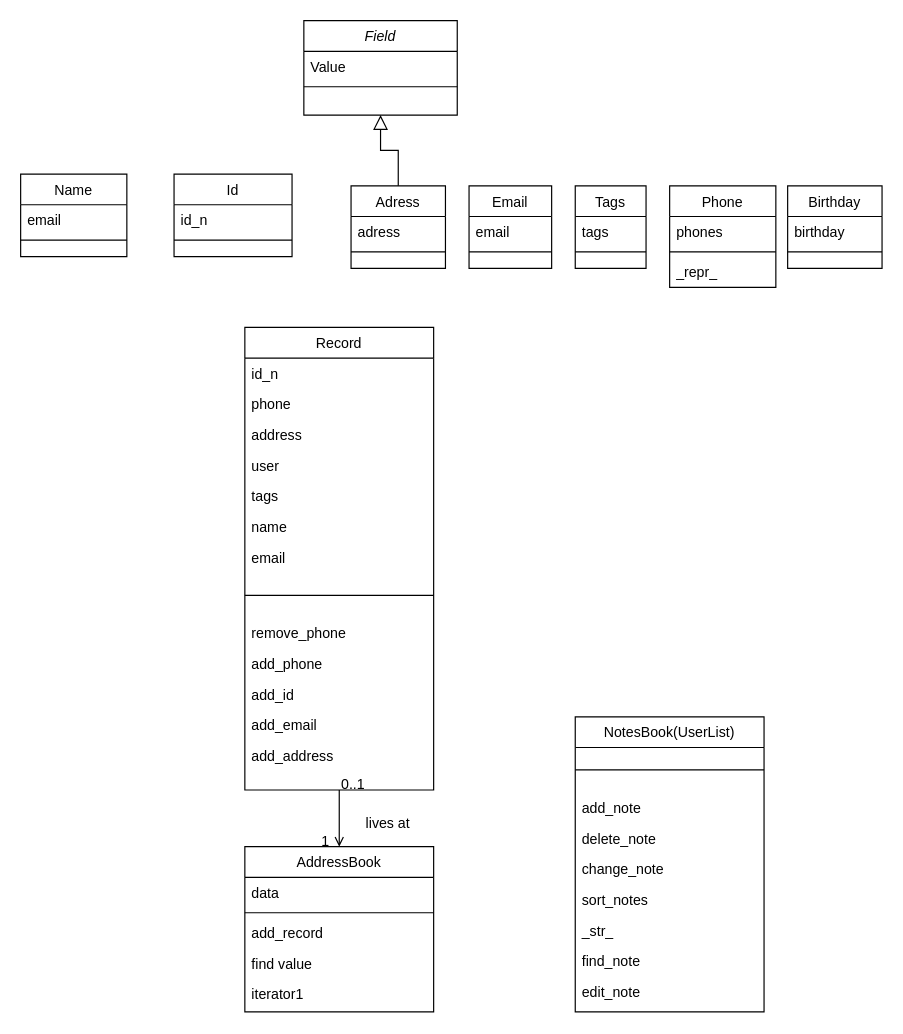
anna-khodyka/Helper-project keeps this draw.io diagram as Untitled Diagram.drawio. Above is the earlier version. Source tidied: cells renumbered, new cells numbered last; positions are measured from the earlier drawing's top-left corner, leaving out a move shared by most shapes. Both pictures are drawn from the tidied source at 118%, with x=0, y=0 at pixel (20, 20).
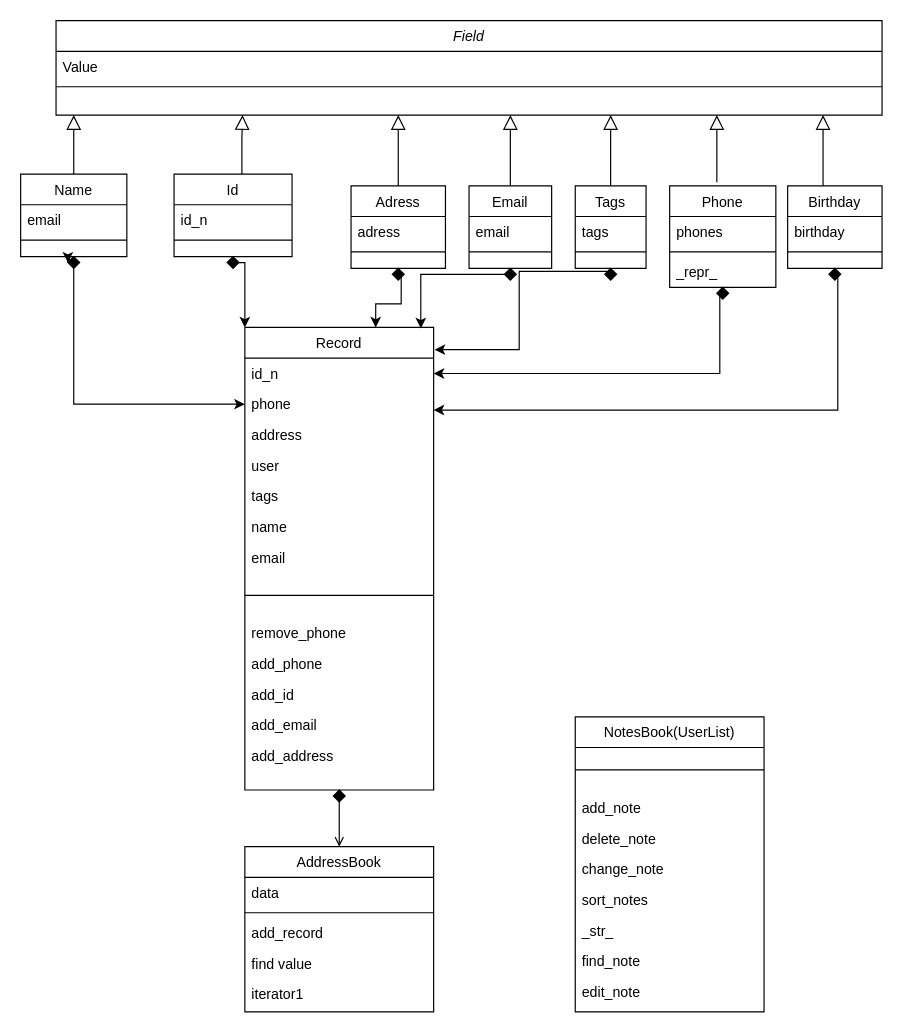
Above is the later version.

Commit message:
Create links among classes.drawio

The change refers to these unchanged cells:
```xml
<mxCell id="5" value="Record" style="swimlane;fontStyle=0;align=center;verticalAlign=top;horizontal=1;startSize=26;rounded=0;shadow=0;strokeWidth=1;" parent="1" vertex="1">
  <mxGeometry x="190" y="260" width="160" height="392" as="geometry" />
</mxCell>
<mxCell id="6" value="id_n" style="text;align=left;verticalAlign=top;spacingLeft=4;spacingRight=4;overflow=hidden;points=[[0,0.5],[1,0.5]];portConstraint=eastwest;" parent="5" vertex="1">
  <mxGeometry y="26" width="160" height="26" as="geometry" />
</mxCell>
<mxCell id="7" value="phone" style="text;align=left;verticalAlign=top;spacingLeft=4;spacingRight=4;overflow=hidden;points=[[0,0.5],[1,0.5]];portConstraint=eastwest;rounded=0;shadow=0;html=0;" parent="5" vertex="1">
  <mxGeometry y="52" width="160" height="26" as="geometry" />
</mxCell>
<mxCell id="19" value="Adress" style="swimlane;fontStyle=0;align=center;verticalAlign=top;horizontal=1;startSize=26;rounded=0;shadow=0;strokeWidth=1;" parent="1" vertex="1">
  <mxGeometry x="280" y="140" width="80" height="70" as="geometry" />
</mxCell>
<mxCell id="29" style="endArrow=open;shadow=0;strokeWidth=1;rounded=0;endFill=1;edgeStyle=elbowEdgeStyle;elbow=vertical;exitX=0.5;exitY=1;exitDx=0;exitDy=0;" parent="1" edge="1" source="5" target="23">
  <mxGeometry x="0.5" y="41" relative="1" as="geometry">
    <mxPoint x="-40" y="32" as="offset" />
  </mxGeometry>
</mxCell>
<mxCell id="36" value="Tags" style="swimlane;fontStyle=0;align=center;verticalAlign=top;horizontal=1;startSize=26;rounded=0;shadow=0;strokeWidth=1;" parent="1" vertex="1">
  <mxGeometry x="470" y="140" width="60" height="70" as="geometry" />
</mxCell>
<mxCell id="39" value="Email" style="swimlane;fontStyle=0;align=center;verticalAlign=top;horizontal=1;startSize=26;rounded=0;shadow=0;strokeWidth=1;" parent="1" vertex="1">
  <mxGeometry x="380" y="140" width="70" height="70" as="geometry" />
</mxCell>
<mxCell id="45" value="Name" style="swimlane;fontStyle=0;align=center;verticalAlign=top;horizontal=1;startSize=26;rounded=0;shadow=0;strokeWidth=1;" parent="1" vertex="1">
  <mxGeometry y="130" width="90" height="70" as="geometry" />
</mxCell>
```

Change to the diagram source:
```diff
@@
     <mxCell id="2" value="Field" style="swimlane;fontStyle=2;align=center;verticalAlign=top;horizontal=1;startSize=26;rounded=0;shadow=0;strokeWidth=1;" parent="1" vertex="1">
-      <mxGeometry x="240" width="130" height="80" as="geometry" />
+      <mxGeometry x="30" width="700" height="80" as="geometry" />
     </mxCell>
     <mxCell id="3" value="Value" style="text;align=left;verticalAlign=top;spacingLeft=4;spacingRight=4;overflow=hidden;" parent="2" vertex="1">
-      <mxGeometry y="26" width="130" height="26" as="geometry" />
+      <mxGeometry y="26" width="700" height="26" as="geometry" />
     </mxCell>
     <mxCell id="4" style="line;html=1;strokeWidth=1;align=left;verticalAlign=middle;spacingTop=-1;spacingLeft=3;spacingRight=3;labelPosition=right;" parent="2" vertex="1">
-      <mxGeometry y="52" width="130" height="8" as="geometry" />
+      <mxGeometry y="52" width="700" height="8" as="geometry" />
     </mxCell>
@@
     <mxCell id="22" style="endArrow=block;endSize=10;endFill=0;shadow=0;strokeWidth=1;rounded=0;edgeStyle=elbowEdgeStyle;elbow=vertical;" parent="1" edge="1" source="19" target="2">
-      <mxGeometry relative="1" as="geometry" />
+      <mxGeometry relative="1" as="geometry">
+        <Array as="points">
+          <mxPoint x="320" y="110" />
+        </Array>
+      </mxGeometry>
     </mxCell>
@@
-    <mxCell id="30" value="0..1" style="align=left;verticalAlign=bottom;labelBackgroundColor=none;fontSize=12;" parent="29" vertex="1">
-      <mxGeometry x="-1" relative="1" as="geometry">
-        <mxPoint y="4" as="offset" />
-      </mxGeometry>
-    </mxCell>
-    <mxCell id="31" value="1" style="align=right;verticalAlign=bottom;labelBackgroundColor=none;fontSize=12;" parent="29" vertex="1">
-      <mxGeometry x="1" relative="1" as="geometry">
-        <mxPoint x="-7" y="4" as="offset" />
-      </mxGeometry>
-    </mxCell>
-    <mxCell id="32" value="lives at" style="text;html=1;align=center;verticalAlign=middle;labelBackgroundColor=none;rounded=0;shadow=0;strokeWidth=1;fontSize=12;" parent="29" vertex="1">
-      <mxGeometry x="0.5" y="49" relative="1" as="geometry">
-        <mxPoint x="-9" y="-8" as="offset" />
-      </mxGeometry>
-    </mxCell>
@@
+    <mxCell id="61" style="endArrow=block;endSize=10;endFill=0;shadow=0;strokeWidth=1;rounded=0;edgeStyle=elbowEdgeStyle;elbow=vertical;" parent="1" edge="1">
+      <mxGeometry relative="1" as="geometry">
+        <mxPoint x="187.5" y="130" as="sourcePoint" />
+        <mxPoint x="188" y="80" as="targetPoint" />
+        <Array as="points">
+          <mxPoint x="260" y="100" />
+        </Array>
+      </mxGeometry>
+    </mxCell>
+    <mxCell id="62" style="endArrow=block;endSize=10;endFill=0;shadow=0;strokeWidth=1;rounded=0;edgeStyle=elbowEdgeStyle;elbow=vertical;" parent="1" edge="1">
+      <mxGeometry relative="1" as="geometry">
+        <mxPoint x="45" y="130" as="sourcePoint" />
+        <mxPoint x="45" y="80" as="targetPoint" />
+        <Array as="points">
+          <mxPoint x="240" y="100" />
+        </Array>
+      </mxGeometry>
+    </mxCell>
+    <mxCell id="63" style="endArrow=block;endSize=10;endFill=0;shadow=0;strokeWidth=1;rounded=0;edgeStyle=elbowEdgeStyle;elbow=vertical;exitX=0.5;exitY=0;exitDx=0;exitDy=0;" parent="1" edge="1" source="39">
+      <mxGeometry relative="1" as="geometry">
+        <mxPoint x="415" y="80" as="targetPoint" />
+      </mxGeometry>
+    </mxCell>
+    <mxCell id="64" style="endArrow=block;endSize=10;endFill=0;shadow=0;strokeWidth=1;rounded=0;edgeStyle=elbowEdgeStyle;elbow=vertical;exitX=0.5;exitY=0;exitDx=0;exitDy=0;" parent="1" edge="1" source="36">
+      <mxGeometry relative="1" as="geometry">
+        <mxPoint x="500" y="80" as="targetPoint" />
+      </mxGeometry>
+    </mxCell>
+    <mxCell id="65" style="endArrow=block;endSize=10;endFill=0;shadow=0;strokeWidth=1;rounded=0;edgeStyle=elbowEdgeStyle;elbow=vertical;" parent="1" edge="1">
+      <mxGeometry relative="1" as="geometry">
+        <mxPoint x="590" y="137" as="sourcePoint" />
+        <mxPoint x="590" y="80" as="targetPoint" />
+      </mxGeometry>
+    </mxCell>
+    <mxCell id="66" style="endArrow=block;endSize=10;endFill=0;shadow=0;strokeWidth=1;rounded=0;edgeStyle=elbowEdgeStyle;elbow=vertical;exitX=0.5;exitY=0;exitDx=0;exitDy=0;" parent="1" edge="1">
+      <mxGeometry relative="1" as="geometry">
+        <mxPoint x="680" y="140" as="sourcePoint" />
+        <mxPoint x="680" y="80" as="targetPoint" />
+      </mxGeometry>
+    </mxCell>
+    <mxCell id="67" style="group;" parent="1" vertex="1">
+      <mxGeometry x="40" y="200" width="10" height="10" as="geometry" />
+    </mxCell>
+    <mxCell id="68" style="rhombus;whiteSpace=wrap;html=1;fillColor=#000000;" parent="67" vertex="1">
+      <mxGeometry width="10" height="10" as="geometry" />
+    </mxCell>
+    <mxCell id="69" style="edgeStyle=orthogonalEdgeStyle;rounded=0;orthogonalLoop=1;jettySize=auto;html=1;exitX=0;exitY=0;exitDx=0;exitDy=0;entryX=0;entryY=0.5;entryDx=0;entryDy=0;" parent="67" edge="1" source="68" target="68">
+      <mxGeometry relative="1" as="geometry" />
+    </mxCell>
+    <mxCell id="70" style="edgeStyle=orthogonalEdgeStyle;rounded=0;jettySize=auto;html=1;exitX=0.5;exitY=1;exitDx=0;exitDy=0;entryX=0;entryY=0.5;entryDx=0;entryDy=0;endArrow=none;" parent="1" edge="1" source="45" target="68">
+      <mxGeometry relative="1" as="geometry" />
+    </mxCell>
+    <mxCell id="71" style="edgeStyle=orthogonalEdgeStyle;rounded=0;jettySize=auto;html=1;exitX=0.5;exitY=1;exitDx=0;exitDy=0;entryX=0;entryY=0.5;entryDx=0;entryDy=0;startArrow=none;" parent="1" edge="1" source="68" target="7">
+      <mxGeometry relative="1" as="geometry" />
+    </mxCell>
+    <mxCell id="72" style="edgeStyle=orthogonalEdgeStyle;rounded=0;jettySize=auto;html=1;entryX=0;entryY=0;entryDx=0;entryDy=0;" parent="1" edge="1" source="73" target="5">
+      <mxGeometry relative="1" as="geometry">
+        <Array as="points">
+          <mxPoint x="190" y="205" />
+        </Array>
+      </mxGeometry>
+    </mxCell>
+    <mxCell id="73" style="rhombus;whiteSpace=wrap;html=1;fillColor=#000000;" parent="1" vertex="1">
+      <mxGeometry x="175" y="200" width="10" height="10" as="geometry" />
+    </mxCell>
+    <mxCell id="74" style="edgeStyle=orthogonalEdgeStyle;rounded=0;jettySize=auto;html=1;exitX=1;exitY=1;exitDx=0;exitDy=0;entryX=0.693;entryY=0;entryDx=0;entryDy=0;entryPerimeter=0;" parent="1" edge="1" source="75" target="5">
+      <mxGeometry relative="1" as="geometry" />
+    </mxCell>
+    <mxCell id="75" style="rhombus;whiteSpace=wrap;html=1;fillColor=#000000;" parent="1" vertex="1">
+      <mxGeometry x="315" y="210" width="10" height="10" as="geometry" />
+    </mxCell>
+    <mxCell id="76" style="edgeStyle=orthogonalEdgeStyle;rounded=0;jettySize=auto;html=1;entryX=0.932;entryY=0.002;entryDx=0;entryDy=0;entryPerimeter=0;" parent="1" edge="1" source="77" target="5">
+      <mxGeometry relative="1" as="geometry" />
+    </mxCell>
+    <mxCell id="77" style="rhombus;whiteSpace=wrap;html=1;fillColor=#000000;" parent="1" vertex="1">
+      <mxGeometry x="410" y="210" width="10" height="10" as="geometry" />
+    </mxCell>
+    <mxCell id="78" style="edgeStyle=orthogonalEdgeStyle;rounded=0;jettySize=auto;html=1;exitX=0;exitY=0;exitDx=0;exitDy=0;entryX=1.005;entryY=0.048;entryDx=0;entryDy=0;entryPerimeter=0;" parent="1" edge="1" source="79" target="5">
+      <mxGeometry relative="1" as="geometry" />
+    </mxCell>
+    <mxCell id="79" style="rhombus;whiteSpace=wrap;html=1;fillColor=#000000;" parent="1" vertex="1">
+      <mxGeometry x="495" y="210" width="10" height="10" as="geometry" />
+    </mxCell>
+    <mxCell id="80" style="edgeStyle=orthogonalEdgeStyle;rounded=0;jettySize=auto;html=1;exitX=0;exitY=0;exitDx=0;exitDy=0;entryX=1;entryY=0.5;entryDx=0;entryDy=0;" parent="1" edge="1" source="81" target="6">
+      <mxGeometry relative="1" as="geometry" />
+    </mxCell>
+    <mxCell id="81" style="rhombus;whiteSpace=wrap;html=1;fillColor=#000000;" parent="1" vertex="1">
+      <mxGeometry x="590" y="226" width="10" height="10" as="geometry" />
+    </mxCell>
+    <mxCell id="82" style="edgeStyle=orthogonalEdgeStyle;rounded=0;jettySize=auto;html=1;exitX=1;exitY=0;exitDx=0;exitDy=0;entryX=1;entryY=0.692;entryDx=0;entryDy=0;entryPerimeter=0;" parent="1" edge="1" source="83" target="7">
+      <mxGeometry relative="1" as="geometry" />
+    </mxCell>
+    <mxCell id="83" style="rhombus;whiteSpace=wrap;html=1;fillColor=#000000;" parent="1" vertex="1">
+      <mxGeometry x="685" y="210" width="10" height="10" as="geometry" />
+    </mxCell>
+    <mxCell id="84" style="rhombus;whiteSpace=wrap;html=1;fillColor=#000000;" parent="1" vertex="1">
+      <mxGeometry x="265" y="652" width="10" height="10" as="geometry" />
+    </mxCell>
```
